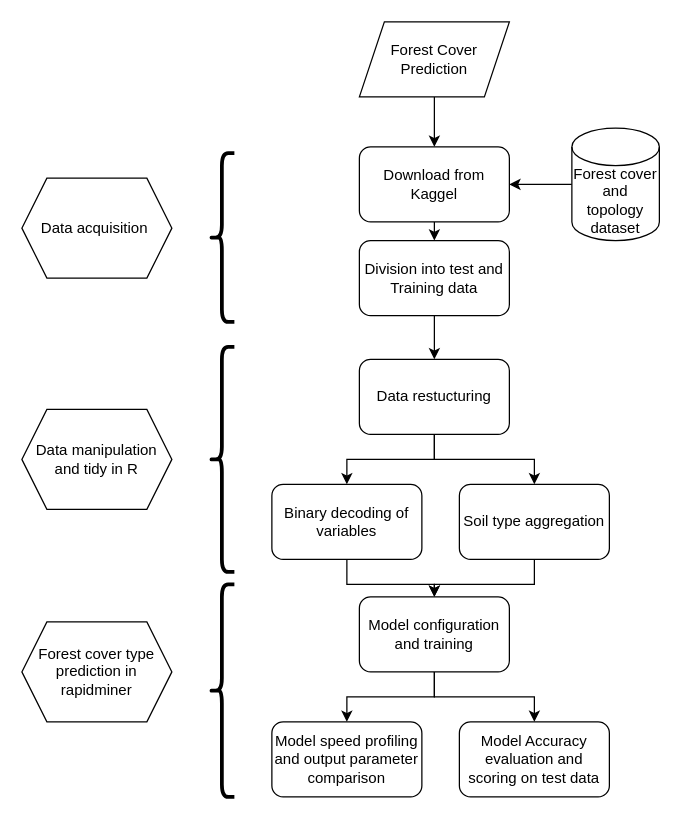
Above: Untitled Diagram.drawio in schneidereits/datascience2022_MAP (draw.io), before the change. Source tidied: cells renumbered, new cells numbered last; positions are measured from the earlier drawing's top-left corner, leaving out a move shared by most shapes. Both pictures are drawn from the tidied source at 125%, with x=0, y=0 at pixel (21, 21).
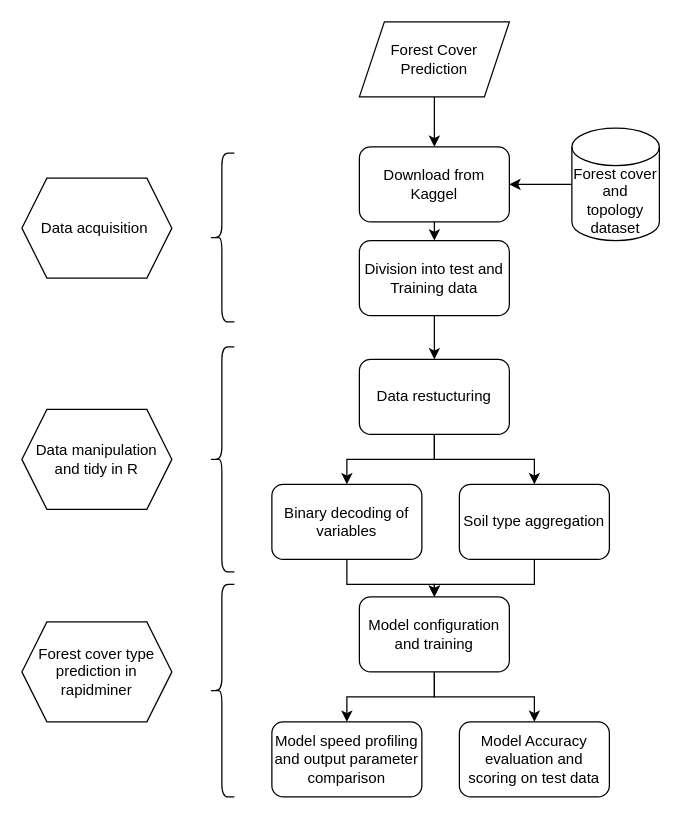
The same diagram, later.

Diff of the diagram source:
```diff
@@
-    <mxCell id="25" style="shape=curlyBracket;whiteSpace=wrap;html=1;rounded=1;strokeWidth=3;" parent="1" vertex="1">
+    <mxCell id="25" style="shape=curlyBracket;whiteSpace=wrap;html=1;rounded=1;strokeWidth=1;" parent="1" vertex="1">
       <mxGeometry x="150" y="105" width="20" height="135" as="geometry" />
     </mxCell>
-    <mxCell id="26" style="shape=curlyBracket;whiteSpace=wrap;html=1;rounded=1;strokeWidth=3;" parent="1" vertex="1">
+    <mxCell id="26" style="shape=curlyBracket;whiteSpace=wrap;html=1;rounded=1;strokeWidth=1;" parent="1" vertex="1">
       <mxGeometry x="150" y="260" width="20" height="180" as="geometry" />
     </mxCell>
-    <mxCell id="27" style="shape=curlyBracket;whiteSpace=wrap;html=1;rounded=1;strokeWidth=3;" parent="1" vertex="1">
+    <mxCell id="27" style="shape=curlyBracket;whiteSpace=wrap;html=1;rounded=1;strokeWidth=1;" parent="1" vertex="1">
       <mxGeometry x="150" y="450" width="20" height="170" as="geometry" />
     </mxCell>
```
